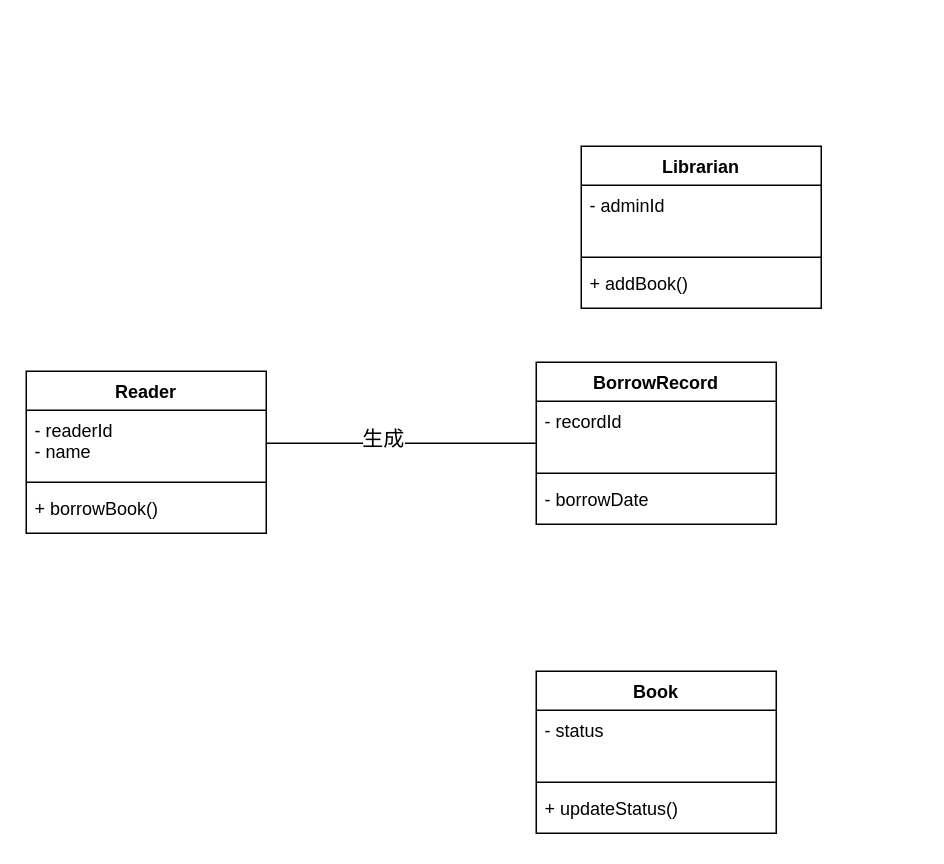
This is page "第 4 页" (4 of 5) of 图书管理系统OOAD.drawio from AkinaLumi/drawio-my-files, a draw.io file, before an edit. Source tidied: cells renumbered, new cells numbered last; positions are measured from the earlier drawing's top-left corner, leaving out a move shared by most shapes. Both pictures are drawn from the tidied source at 150%, with x=0, y=0 at pixel (26, 146).
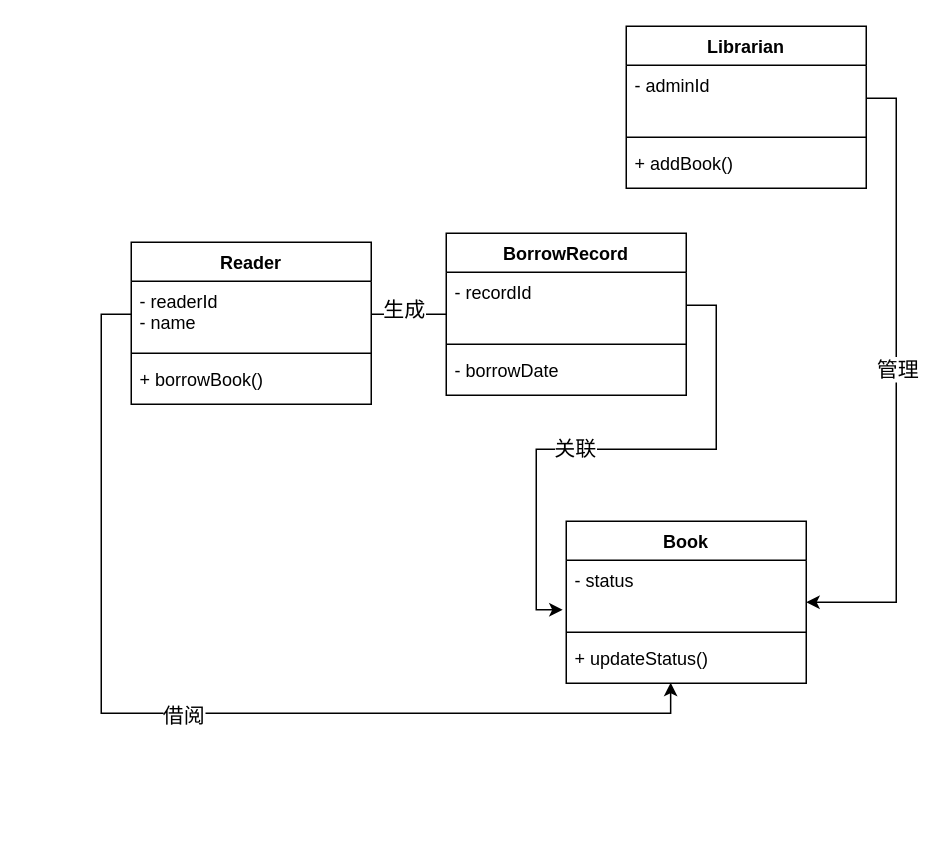
The same page after the edit.

Commit message:
图书管理系统OOAD.drawio

Unchanged cells that the change refers to:
```xml
<mxCell id="3" value="- readerId&lt;div&gt;- name&lt;/div&gt;" style="text;strokeColor=none;fillColor=none;align=left;verticalAlign=top;spacingLeft=4;spacingRight=4;overflow=hidden;points=[[0,0.5],[1,0.5]];portConstraint=eastwest;whiteSpace=wrap;html=1;" parent="2" vertex="1">
  <mxGeometry y="26" width="160" height="44" as="geometry" />
</mxCell>
<mxCell id="7" value="- status" style="text;strokeColor=none;fillColor=none;align=left;verticalAlign=top;spacingLeft=4;spacingRight=4;overflow=hidden;points=[[0,0.5],[1,0.5]];portConstraint=eastwest;whiteSpace=wrap;html=1;" parent="6" vertex="1">
  <mxGeometry y="26" width="160" height="44" as="geometry" />
</mxCell>
<mxCell id="9" value="+ updateStatus()" style="text;strokeColor=none;fillColor=none;align=left;verticalAlign=top;spacingLeft=4;spacingRight=4;overflow=hidden;points=[[0,0.5],[1,0.5]];portConstraint=eastwest;whiteSpace=wrap;html=1;" parent="6" vertex="1">
  <mxGeometry y="78" width="160" height="30" as="geometry" />
</mxCell>
<mxCell id="11" value="- adminId" style="text;strokeColor=none;fillColor=none;align=left;verticalAlign=top;spacingLeft=4;spacingRight=4;overflow=hidden;points=[[0,0.5],[1,0.5]];portConstraint=eastwest;whiteSpace=wrap;html=1;" parent="10" vertex="1">
  <mxGeometry y="26" width="160" height="44" as="geometry" />
</mxCell>
<mxCell id="15" value="- recordId" style="text;strokeColor=none;fillColor=none;align=left;verticalAlign=top;spacingLeft=4;spacingRight=4;overflow=hidden;points=[[0,0.5],[1,0.5]];portConstraint=eastwest;whiteSpace=wrap;html=1;" parent="14" vertex="1">
  <mxGeometry y="26" width="160" height="44" as="geometry" />
</mxCell>
```

What changed in the source:
```diff
@@
     <mxCell id="2" value="Reader" style="swimlane;fontStyle=1;align=center;verticalAlign=top;horizontal=1;startSize=26;whiteSpace=wrap;html=1;" parent="1" vertex="1">
-      <mxGeometry y="150" width="160" height="108" as="geometry" />
+      <mxGeometry x="70" y="64" width="160" height="108" as="geometry" />
     </mxCell>
@@
     <mxCell id="6" value="Book" style="swimlane;fontStyle=1;align=center;verticalAlign=top;horizontal=1;startSize=26;whiteSpace=wrap;html=1;" parent="1" vertex="1">
-      <mxGeometry x="340" y="350" width="160" height="108" as="geometry" />
+      <mxGeometry x="360" y="250" width="160" height="108" as="geometry" />
     </mxCell>
@@
     <mxCell id="10" value="Librarian" style="swimlane;fontStyle=1;align=center;verticalAlign=top;horizontal=1;startSize=26;whiteSpace=wrap;html=1;" parent="1" vertex="1">
-      <mxGeometry x="370" width="160" height="108" as="geometry" />
+      <mxGeometry x="400" y="-80" width="160" height="108" as="geometry" />
     </mxCell>
@@
     <mxCell id="14" value="BorrowRecord" style="swimlane;fontStyle=1;align=center;verticalAlign=top;horizontal=1;startSize=26;whiteSpace=wrap;html=1;" parent="1" vertex="1">
-      <mxGeometry x="340" y="144" width="160" height="108" as="geometry" />
+      <mxGeometry x="280" y="58" width="160" height="108" as="geometry" />
     </mxCell>
@@
-    <mxCell id="18" style="rounded=0;jettySize=auto;html=1;exitX=1;exitY=0.5;exitDx=0;exitDy=0;entryX=0;entryY=0.5;entryDx=0;entryDy=0;startArrow=none;startFill=0;endArrow=none;endFill=0;" parent="1" edge="1" source="3" target="14">
+    <mxCell id="18" style="rounded=0;jettySize=auto;html=1;exitX=1;exitY=0.5;exitDx=0;exitDy=0;entryX=0;entryY=0.5;entryDx=0;entryDy=0;startArrow=none;startFill=0;endArrow=none;endFill=0;edgeStyle=orthogonalEdgeStyle;" parent="1" edge="1" source="3" target="14">
       <mxGeometry relative="1" as="geometry" />
     </mxCell>
@@
+    <mxCell id="20" style="edgeStyle=orthogonalEdgeStyle;rounded=0;jettySize=auto;html=1;exitX=1;exitY=0.5;exitDx=0;exitDy=0;entryX=-0.015;entryY=0.75;entryDx=0;entryDy=0;entryPerimeter=0;" parent="1" edge="1" source="15" target="7">
+      <mxGeometry relative="1" as="geometry" />
+    </mxCell>
+    <mxCell id="21" value="&lt;font style=&quot;font-size: 14px;&quot;&gt;关联&lt;/font&gt;" style="edgeLabel;html=1;align=center;verticalAlign=middle;" parent="20" vertex="1">
+      <mxGeometry x="0.17" y="-1" relative="1" as="geometry" />
+    </mxCell>
+    <mxCell id="22" style="edgeStyle=orthogonalEdgeStyle;rounded=0;jettySize=auto;html=1;exitX=1;exitY=0.5;exitDx=0;exitDy=0;entryX=1;entryY=0.5;entryDx=0;entryDy=0;" parent="1" edge="1" source="11" target="6">
+      <mxGeometry relative="1" as="geometry" />
+    </mxCell>
+    <mxCell id="23" value="管理" style="edgeLabel;html=1;align=center;verticalAlign=middle;fontSize=14;" parent="22" vertex="1">
+      <mxGeometry x="-0.04" relative="1" as="geometry" />
+    </mxCell>
+    <mxCell id="24" style="edgeStyle=orthogonalEdgeStyle;rounded=0;jettySize=auto;html=1;exitX=0;exitY=0.5;exitDx=0;exitDy=0;entryX=0.435;entryY=0.989;entryDx=0;entryDy=0;entryPerimeter=0;" parent="1" edge="1" source="3" target="9">
+      <mxGeometry relative="1" as="geometry" />
+    </mxCell>
+    <mxCell id="25" value="借阅" style="edgeLabel;html=1;align=center;verticalAlign=middle;fontSize=14;" parent="24" vertex="1">
+      <mxGeometry x="-0.01" y="-1" relative="1" as="geometry" />
+    </mxCell>
```
